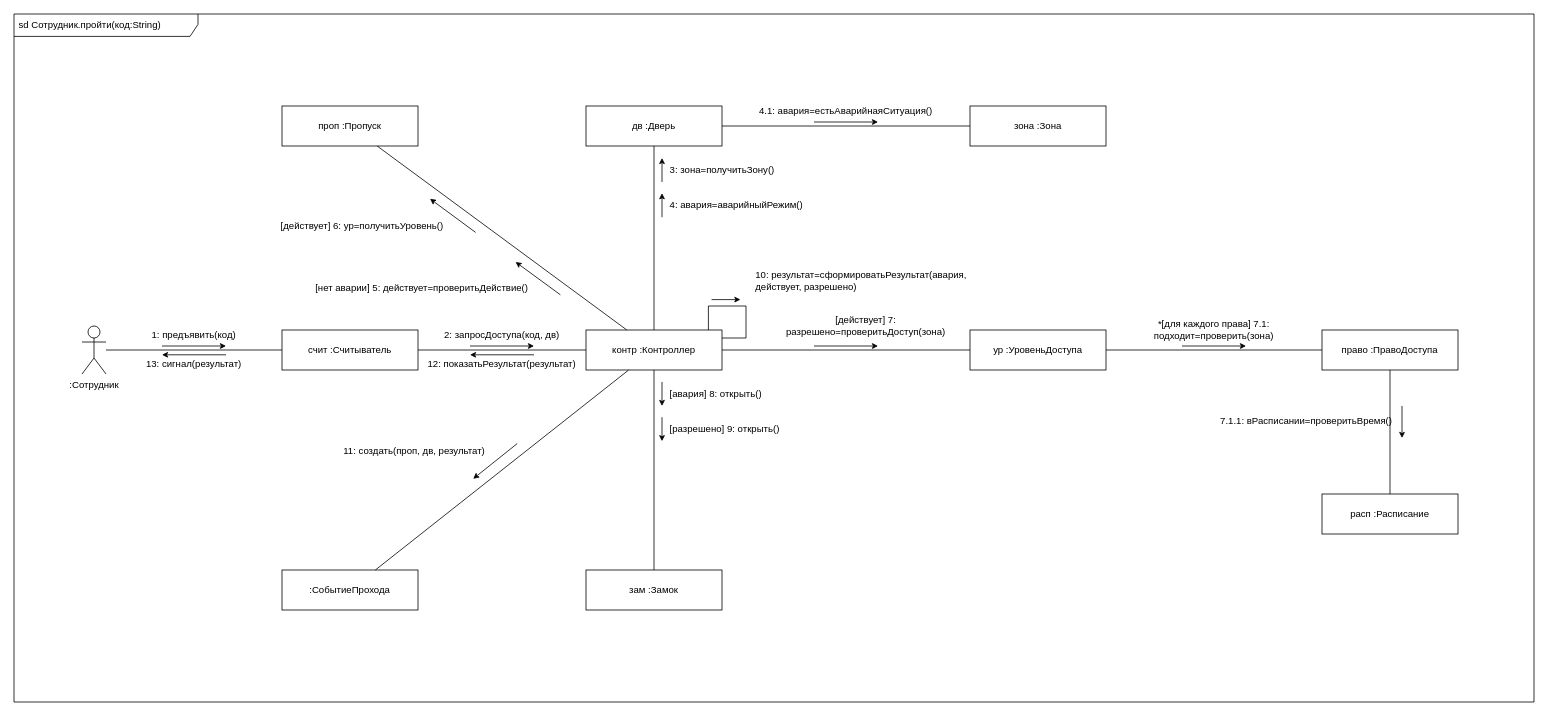
This is page "ЛР1 — Коммуникации" (2 of 10) of СКУД.drawio from Rem1yo/ooap-skud-uml, a draw.io file, before an edit. Source tidied: cells renumbered, new cells numbered last; positions are measured from the earlier drawing's top-left corner, leaving out a move shared by most shapes. Both pictures are drawn from the tidied source at 80%, with x=0, y=0 at pixel (14, 14).
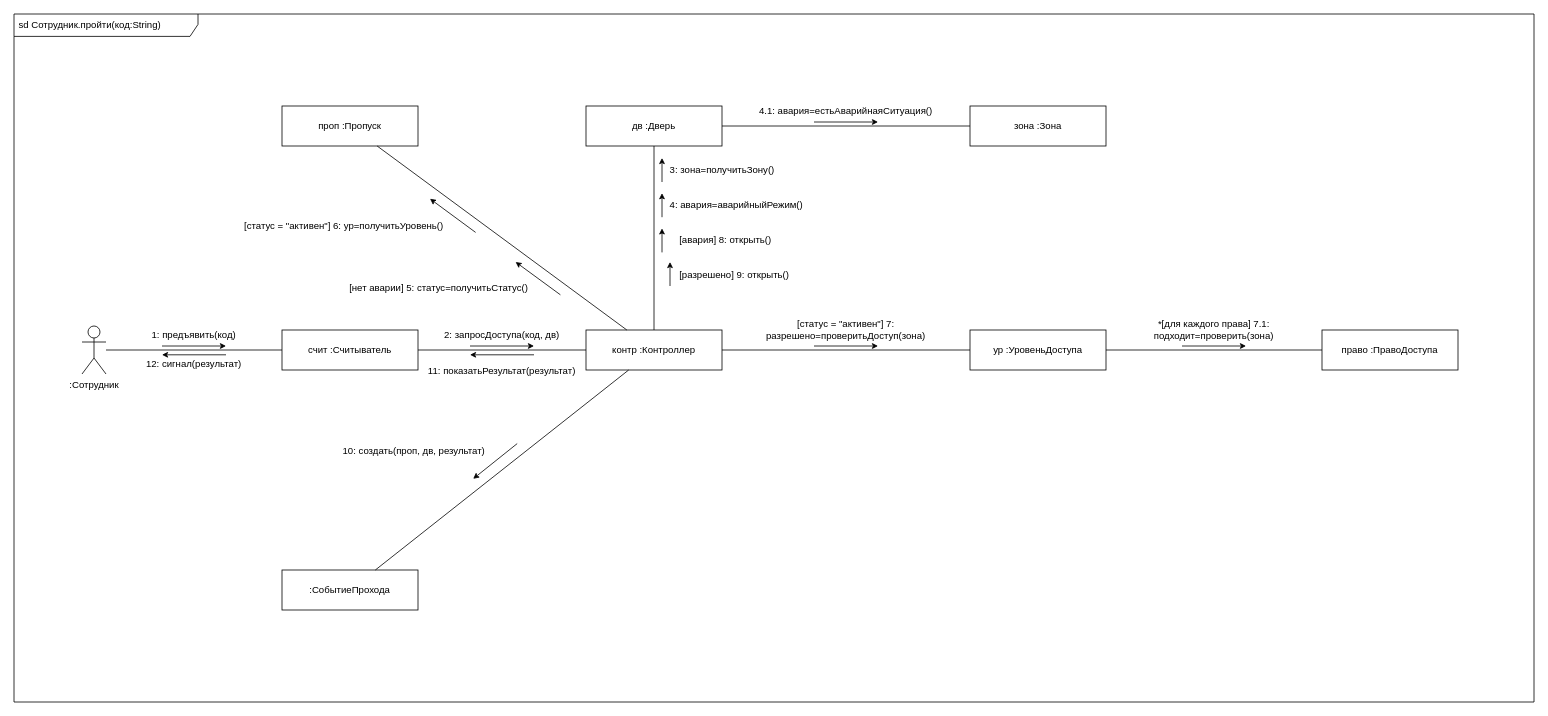
The same page after the edit.

Unchanged cells that the change refers to:
```xml
<mxCell id="5" value="контр :Контроллер" style="rounded=0;whiteSpace=wrap;html=1;fillColor=#ffffff;strokeColor=#000000;fontColor=#000000;" parent="1" vertex="1">
  <mxGeometry x="715" y="395" width="170" height="50" as="geometry" />
</mxCell>
<mxCell id="10" value="право :ПравоДоступа" style="rounded=0;whiteSpace=wrap;html=1;fillColor=#ffffff;strokeColor=#000000;fontColor=#000000;" parent="1" vertex="1">
  <mxGeometry x="1635" y="395" width="170" height="50" as="geometry" />
</mxCell>
```

Change to the diagram source:
```diff
@@
-    <mxCell id="11" value="зам :Замок" style="rounded=0;whiteSpace=wrap;html=1;fillColor=#ffffff;strokeColor=#000000;fontColor=#000000;" parent="1" vertex="1">
-      <mxGeometry x="715" y="695" width="170" height="50" as="geometry" />
-    </mxCell>
@@
-    <mxCell id="20" style="endArrow=none;html=1;rounded=0;strokeColor=#000000;" parent="1" edge="1" source="5" target="11">
-      <mxGeometry relative="1" as="geometry" />
-    </mxCell>
@@
-    <mxCell id="25" value="13: сигнал(результат)" style="text;html=1;whiteSpace=wrap;align=center;verticalAlign=middle;fontSize=12;fontColor=#000000;" parent="1" vertex="1">
+    <mxCell id="25" value="12: сигнал(результат)" style="text;html=1;whiteSpace=wrap;align=center;verticalAlign=middle;fontSize=12;fontColor=#000000;" parent="1" vertex="1">
       <mxGeometry x="125" y="429" width="200" height="18" as="geometry" />
     </mxCell>
@@
-    <mxCell id="29" value="12: показатьРезультат(результат)" style="text;html=1;whiteSpace=wrap;align=center;verticalAlign=middle;fontSize=12;fontColor=#000000;" parent="1" vertex="1">
-      <mxGeometry x="420" y="429" width="380" height="18" as="geometry" />
+    <mxCell id="29" value="11: показатьРезультат(результат)" style="text;html=1;whiteSpace=wrap;align=center;verticalAlign=middle;fontSize=12;fontColor=#000000;" parent="1" vertex="1">
+      <mxGeometry x="515" y="429" width="190" height="36" as="geometry" />
     </mxCell>
@@
-    <mxCell id="37" value="[нет аварии] 5: действует=проверитьДействие()" style="text;html=1;whiteSpace=wrap;align=right;verticalAlign=middle;fontSize=12;fontColor=#000000;" parent="1" vertex="1">
+    <mxCell id="37" value="[нет аварии] 5: статус=получитьСтатус()" style="text;html=1;whiteSpace=wrap;align=right;verticalAlign=middle;fontSize=12;fontColor=#000000;" parent="1" vertex="1">
       <mxGeometry x="345" y="334" width="300" height="18" as="geometry" />
     </mxCell>
@@
-    <mxCell id="39" value="[действует] 6: ур=получитьУровень()" style="text;html=1;whiteSpace=wrap;align=right;verticalAlign=middle;fontSize=12;fontColor=#000000;" parent="1" vertex="1">
+    <mxCell id="39" value="[статус = &quot;активен&quot;] 6: ур=получитьУровень()" style="text;html=1;whiteSpace=wrap;align=right;verticalAlign=middle;fontSize=12;fontColor=#000000;" parent="1" vertex="1">
       <mxGeometry x="239" y="256" width="300" height="18" as="geometry" />
     </mxCell>
@@
-    <mxCell id="41" value="[действует] 7: разрешено=проверитьДоступ(зона)" style="text;html=1;whiteSpace=wrap;align=center;verticalAlign=middle;fontSize=12;fontColor=#000000;" parent="1" vertex="1">
-      <mxGeometry x="945" y="372" width="240" height="36" as="geometry" />
+    <mxCell id="41" value="[статус = &quot;активен&quot;] 7: разрешено=проверитьДоступ(зона)" style="text;html=1;whiteSpace=wrap;align=center;verticalAlign=middle;fontSize=12;fontColor=#000000;" parent="1" vertex="1">
+      <mxGeometry x="895" y="377" width="290" height="36" as="geometry" />
     </mxCell>
@@
-    <mxCell id="44" style="endArrow=classic;html=1;rounded=0;strokeColor=#000000;endSize=5;" parent="1" edge="1">
-      <mxGeometry relative="1" as="geometry">
-        <mxPoint x="810" y="460" as="sourcePoint" />
-        <mxPoint x="810" y="490" as="targetPoint" />
-      </mxGeometry>
-    </mxCell>
     <mxCell id="45" value="[авария] 8: открыть()" style="text;html=1;whiteSpace=wrap;align=left;verticalAlign=middle;fontSize=12;fontColor=#000000;" parent="1" vertex="1">
-      <mxGeometry x="818" y="466" width="330" height="18" as="geometry" />
+      <mxGeometry x="830" y="274" width="330" height="18" as="geometry" />
     </mxCell>
-    <mxCell id="46" style="endArrow=classic;html=1;rounded=0;strokeColor=#000000;endSize=5;" parent="1" edge="1">
-      <mxGeometry relative="1" as="geometry">
-        <mxPoint x="810" y="504" as="sourcePoint" />
-        <mxPoint x="810" y="534" as="targetPoint" />
-      </mxGeometry>
-    </mxCell>
     <mxCell id="47" value="[разрешено] 9: открыть()" style="text;html=1;whiteSpace=wrap;align=left;verticalAlign=middle;fontSize=12;fontColor=#000000;" parent="1" vertex="1">
-      <mxGeometry x="818" y="510" width="330" height="18" as="geometry" />
+      <mxGeometry x="830" y="318" width="330" height="18" as="geometry" />
     </mxCell>
@@
-    <mxCell id="49" value="11: создать(проп, дв, результат)" style="text;html=1;whiteSpace=wrap;align=right;verticalAlign=middle;fontSize=12;fontColor=#000000;" parent="1" vertex="1">
+    <mxCell id="49" value="10: создать(проп, дв, результат)" style="text;html=1;whiteSpace=wrap;align=right;verticalAlign=middle;fontSize=12;fontColor=#000000;" parent="1" vertex="1">
       <mxGeometry x="291" y="537" width="300" height="18" as="geometry" />
     </mxCell>
-    <mxCell id="50" style="endArrow=none;html=1;rounded=0;strokeColor=#000000;edgeStyle=orthogonalEdgeStyle;exitX=0.9;exitY=0;exitDx=0;exitDy=0;entryX=1;entryY=0.2;entryDx=0;entryDy=0;" parent="1" edge="1" source="5" target="5">
-      <mxGeometry relative="1" as="geometry">
-        <Array as="points">
-          <mxPoint x="868" y="365" />
-          <mxPoint x="915" y="365" />
-          <mxPoint x="915" y="405" />
-        </Array>
-      </mxGeometry>
-    </mxCell>
-    <mxCell id="51" style="endArrow=classic;html=1;rounded=0;strokeColor=#000000;endSize=5;" parent="1" edge="1">
-      <mxGeometry relative="1" as="geometry">
-        <mxPoint x="872" y="357" as="sourcePoint" />
-        <mxPoint x="908" y="357" as="targetPoint" />
-      </mxGeometry>
-    </mxCell>
-    <mxCell id="52" value="10: результат=сформироватьРезультат(авария, действует, разрешено)" style="text;html=1;whiteSpace=wrap;align=left;verticalAlign=middle;fontSize=12;fontColor=#000000;" parent="1" vertex="1">
-      <mxGeometry x="925" y="316" width="300" height="36" as="geometry" />
-    </mxCell>
-    <mxCell id="53" value="расп :Расписание" style="rounded=0;whiteSpace=wrap;html=1;fillColor=#ffffff;strokeColor=#000000;fontColor=#000000;" parent="1" vertex="1">
-      <mxGeometry x="1635" y="600" width="170" height="50" as="geometry" />
-    </mxCell>
-    <mxCell id="54" style="endArrow=none;html=1;rounded=0;strokeColor=#000000;" parent="1" edge="1" source="10" target="53">
-      <mxGeometry relative="1" as="geometry" />
-    </mxCell>
-    <mxCell id="55" style="endArrow=classic;html=1;rounded=0;strokeColor=#000000;endSize=5;" parent="1" edge="1">
-      <mxGeometry relative="1" as="geometry">
-        <mxPoint x="1735" y="490" as="sourcePoint" />
-        <mxPoint x="1735" y="530" as="targetPoint" />
-      </mxGeometry>
-    </mxCell>
-    <mxCell id="56" value="7.1.1: вРасписании=проверитьВремя()" style="text;html=1;whiteSpace=wrap;align=right;verticalAlign=middle;fontSize=12;fontColor=#000000;" parent="1" vertex="1">
-      <mxGeometry x="1495" y="500" width="230" height="18" as="geometry" />
-    </mxCell>
+    <mxCell id="57" style="endArrow=classic;html=1;rounded=0;strokeColor=#000000;endSize=5;" parent="1" edge="1">
+      <mxGeometry relative="1" as="geometry">
+        <mxPoint x="810" y="298" as="sourcePoint" />
+        <mxPoint x="810" y="268" as="targetPoint" />
+      </mxGeometry>
+    </mxCell>
+    <mxCell id="58" style="endArrow=classic;html=1;rounded=0;strokeColor=#000000;endSize=5;" parent="1" edge="1">
+      <mxGeometry relative="1" as="geometry">
+        <mxPoint x="820" y="340" as="sourcePoint" />
+        <mxPoint x="820" y="310" as="targetPoint" />
+      </mxGeometry>
+    </mxCell>
```
